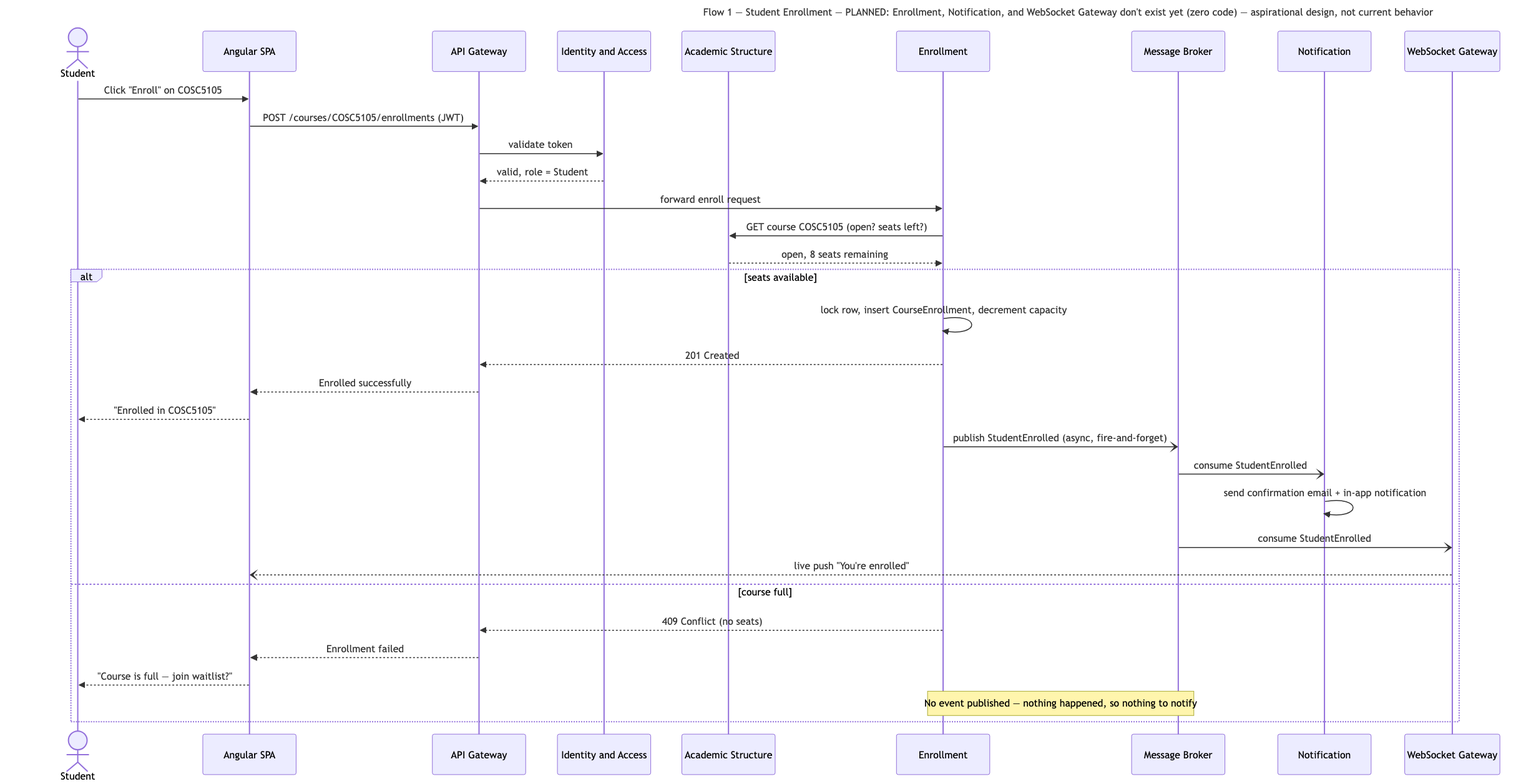
The Mermaid diagram docs/architecture/flow-01-student-enrollment.png in ESD-ONE/University-Course-Management-System, before a commit. Its source is kept beside it as docs/architecture/flow-01-student-enrollment.mmd.
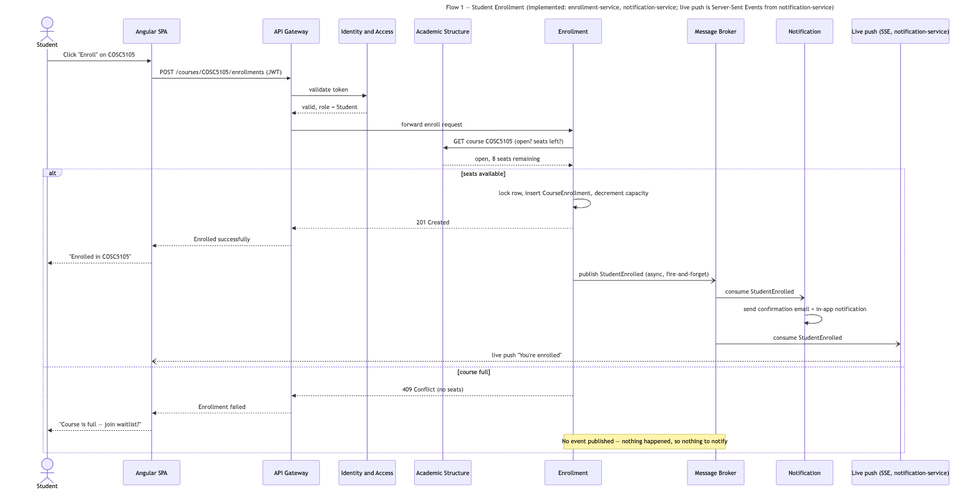
The same file after the commit.

What changed in the source:
```diff
@@ -1,5 +1,5 @@
 ---
-title: "Flow 1 — Student Enrollment — PLANNED: Enrollment, Notification, and WebSocket Gateway don't exist yet (zero code) — aspirational design, not current behavior"
+title: "Flow 1 — Student Enrollment (implemented: enrollment-service, notification-service; live push is Server-Sent Events from notification-service)"
 ---
 sequenceDiagram
     actor Student
@@ -10,7 +10,7 @@
     participant ENR as Enrollment
     participant MQ as Message Broker
     participant NOTIF as Notification
-    participant WS as WebSocket Gateway
+    participant WS as Live push (SSE, notification-service)
 
     Student->>Client: Click "Enroll" on COSC5105
     Client->>GW: POST /courses/COSC5105/enrollments (JWT)
```
